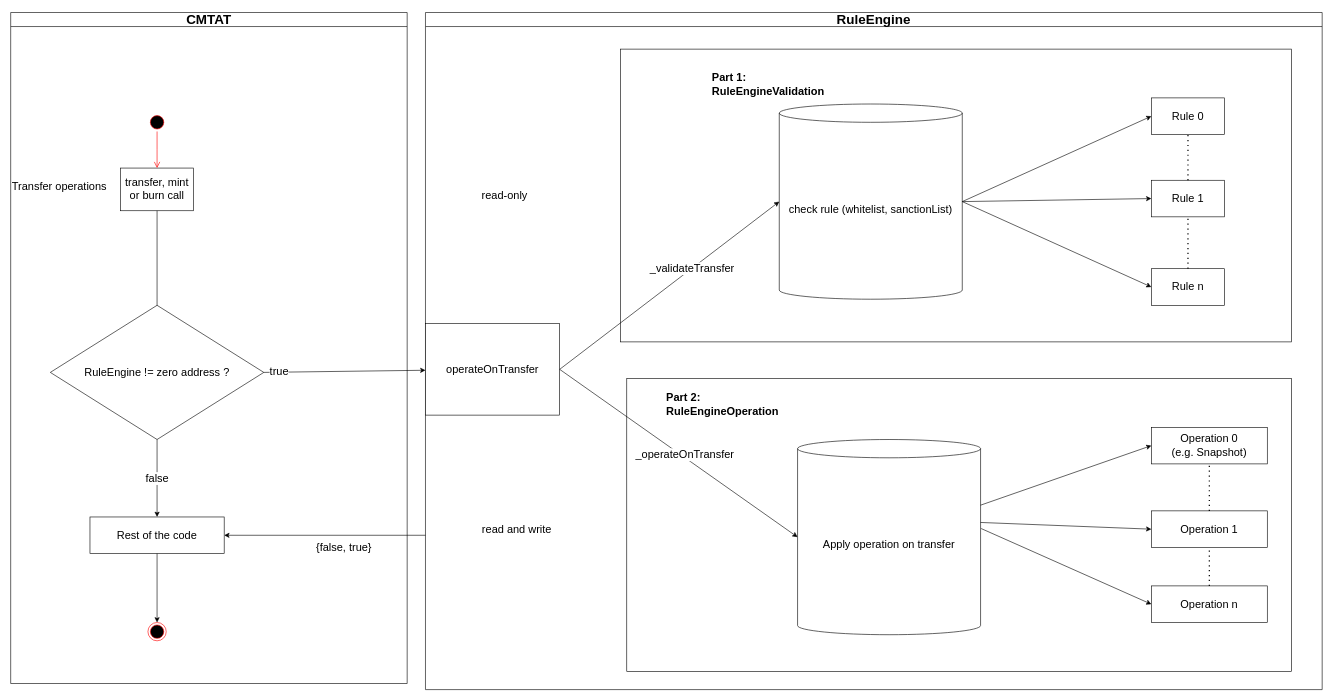
Earlier version of the draw.io diagram page "RuleEngine" (2 of 3) of doc/schema/drawio/Engine.drawio (CMTA/CMTAT). Source tidied: cells renumbered, new cells numbered last; positions are measured from the earlier drawing's top-left corner, leaving out a move shared by most shapes. Both pictures are drawn from the tidied source at 61%, with x=0, y=0 at pixel (10, 12).
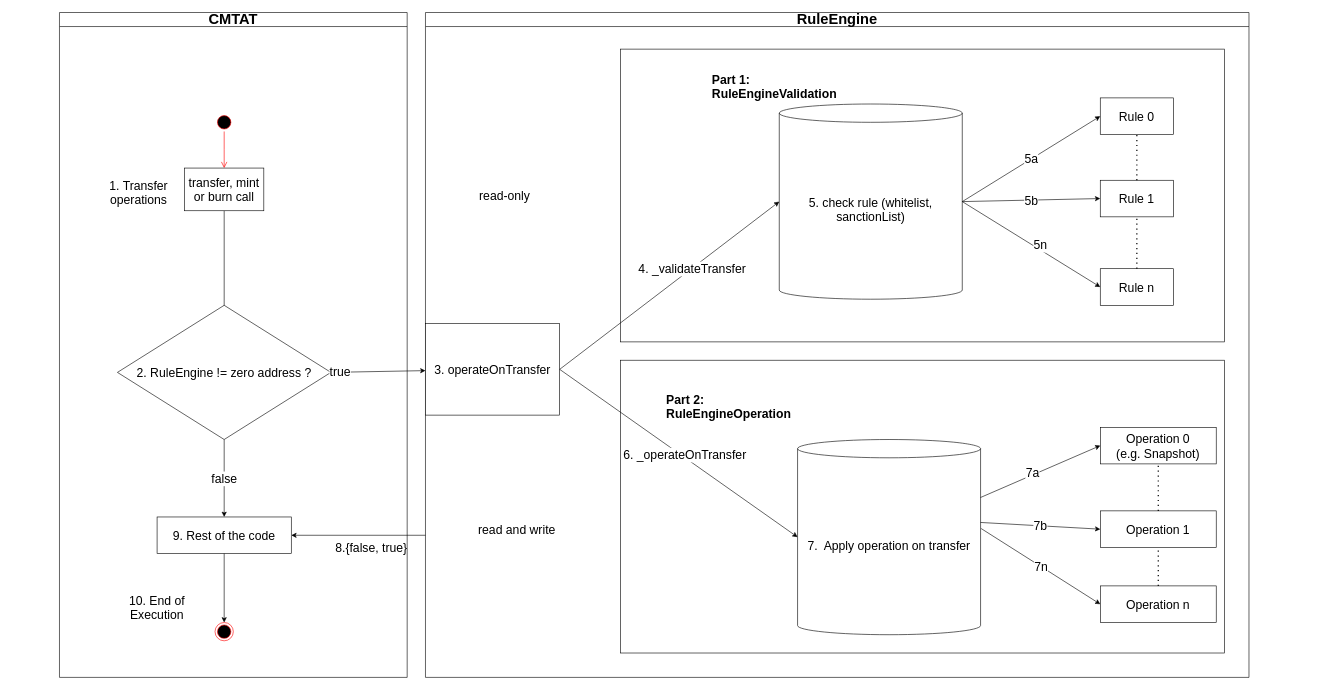
After the change.

Diff of the diagram source:
```diff
@@
-    <mxCell id="2" value="transfer, mint or burn call" style="rounded=0;whiteSpace=wrap;html=1;fontSize=18;" parent="1" vertex="1">
-      <mxGeometry x="180" y="255" width="120" height="70" as="geometry" />
-    </mxCell>
-    <mxCell id="3" style="endArrow=classic;html=1;rounded=0;exitX=0.5;exitY=1;exitDx=0;exitDy=0;fontSize=18;" parent="1" edge="1" source="2">
+    <mxCell id="3" style="endArrow=classic;html=1;rounded=0;exitX=0.5;exitY=1;exitDx=0;exitDy=0;fontSize=20;" parent="1" edge="1" source="2">
       <mxGeometry relative="1" as="geometry">
-        <mxPoint x="240" y="530" as="targetPoint" />
+        <mxPoint x="350" y="530" as="targetPoint" />
       </mxGeometry>
     </mxCell>
-    <mxCell id="4" value="RuleEngine != zero address ?" style="rhombus;whiteSpace=wrap;html=1;fontSize=18;" parent="1" vertex="1">
-      <mxGeometry x="65" y="480" width="350" height="220" as="geometry" />
+    <mxCell id="4" value="2. RuleEngine != zero address ?" style="rhombus;whiteSpace=wrap;html=1;fontSize=20;" parent="1" vertex="1">
+      <mxGeometry x="175" y="480" width="350" height="220" as="geometry" />
     </mxCell>
-    <mxCell id="5" value="&lt;font style=&quot;font-size: 22px;&quot;&gt;RuleEngine&lt;/font&gt;" style="swimlane;whiteSpace=wrap;html=1;fontSize=18;" parent="1" vertex="1">
-      <mxGeometry x="680" width="1470" height="1110" as="geometry" />
+    <mxCell id="5" value="&lt;font style=&quot;font-size: 24px;&quot;&gt;RuleEngine&lt;/font&gt;" style="swimlane;whiteSpace=wrap;html=1;fontSize=20;" parent="1" vertex="1">
+      <mxGeometry x="680" width="1350" height="1090" as="geometry" />
     </mxCell>
+    <mxCell id="7" style="rounded=0;whiteSpace=wrap;html=1;fontSize=20;" parent="5" vertex="1">
+      <mxGeometry x="320" y="570" width="990" height="480" as="geometry" />
+    </mxCell>
-    <mxCell id="6" style="rounded=0;whiteSpace=wrap;html=1;fontSize=18;" parent="5" vertex="1">
-      <mxGeometry x="320" y="60" width="1100" height="480" as="geometry" />
+    <mxCell id="6" style="rounded=0;whiteSpace=wrap;html=1;fontSize=20;" parent="5" vertex="1">
+      <mxGeometry x="320" y="60" width="990" height="480" as="geometry" />
     </mxCell>
-    <mxCell id="7" style="rounded=0;whiteSpace=wrap;html=1;fontSize=18;" parent="5" vertex="1">
-      <mxGeometry x="330" y="600" width="1090" height="480" as="geometry" />
-    </mxCell>
-    <mxCell id="8" value="operateOnTransfer" style="rounded=0;whiteSpace=wrap;html=1;fontSize=18;" parent="5" vertex="1">
+    <mxCell id="8" value="3. operateOnTransfer" style="rounded=0;whiteSpace=wrap;html=1;fontSize=20;" parent="5" vertex="1">
       <mxGeometry y="510" width="220" height="150" as="geometry" />
     </mxCell>
-    <mxCell id="9" value="Operation 1" style="rounded=0;whiteSpace=wrap;html=1;fontSize=18;" parent="5" vertex="1">
-      <mxGeometry x="1190" y="817" width="190" height="60" as="geometry" />
+    <mxCell id="9" value="Operation 1" style="rounded=0;whiteSpace=wrap;html=1;fontSize=20;" parent="5" vertex="1">
+      <mxGeometry x="1106.3" y="817" width="190" height="60" as="geometry" />
     </mxCell>
-    <mxCell id="10" value="Operation 0&lt;br style=&quot;font-size: 18px;&quot;&gt;(e.g. Snapshot)" style="rounded=0;whiteSpace=wrap;html=1;fontSize=18;" parent="5" vertex="1">
-      <mxGeometry x="1190" y="680" width="190" height="60" as="geometry" />
+    <mxCell id="10" value="Operation 0&lt;br style=&quot;font-size: 20px;&quot;&gt;(e.g. Snapshot)" style="rounded=0;whiteSpace=wrap;html=1;fontSize=20;" parent="5" vertex="1">
+      <mxGeometry x="1106.3" y="680" width="190" height="60" as="geometry" />
     </mxCell>
-    <mxCell id="11" style="endArrow=none;dashed=1;html=1;dashPattern=1 3;strokeWidth=2;rounded=0;fontSize=18;exitX=0.5;exitY=0;exitDx=0;exitDy=0;entryX=0.5;entryY=1;entryDx=0;entryDy=0;" parent="5" edge="1" source="9" target="10">
+    <mxCell id="11" style="endArrow=none;dashed=1;html=1;dashPattern=1 3;strokeWidth=2;rounded=0;fontSize=20;exitX=0.5;exitY=0;exitDx=0;exitDy=0;entryX=0.5;entryY=1;entryDx=0;entryDy=0;" parent="5" edge="1" source="9" target="10">
       <mxGeometry relative="1" as="geometry" />
     </mxCell>
-    <mxCell id="12" value="&lt;h1 style=&quot;font-size: 18px;&quot;&gt;Part 2: RuleEngineOperation&lt;/h1&gt;" style="text;html=1;strokeColor=none;fillColor=none;spacing=5;spacingTop=-20;whiteSpace=wrap;overflow=hidden;rounded=0;fontSize=18;" parent="5" vertex="1">
+    <mxCell id="12" value="&lt;h1 style=&quot;font-size: 20px;&quot;&gt;Part 2: RuleEngineOperation&lt;/h1&gt;" style="text;html=1;strokeColor=none;fillColor=none;spacing=5;spacingTop=-20;whiteSpace=wrap;overflow=hidden;rounded=0;fontSize=20;" parent="5" vertex="1">
       <mxGeometry x="390" y="620" width="220" height="120" as="geometry" />
     </mxCell>
-    <mxCell id="13" value="Apply operation on transfer" style="shape=cylinder3;whiteSpace=wrap;html=1;boundedLbl=1;backgroundOutline=1;size=15;fontSize=18;" parent="5" vertex="1">
+    <mxCell id="13" value="7.&amp;nbsp; Apply operation on transfer" style="shape=cylinder3;whiteSpace=wrap;html=1;boundedLbl=1;backgroundOutline=1;size=15;fontSize=20;" parent="5" vertex="1">
       <mxGeometry x="610" y="700" width="300" height="320" as="geometry" />
     </mxCell>
-    <mxCell id="14" style="endArrow=classic;html=1;rounded=0;exitX=1;exitY=0.5;exitDx=0;exitDy=0;entryX=0;entryY=0.5;entryDx=0;entryDy=0;entryPerimeter=0;fontSize=18;" parent="5" edge="1" source="8" target="13">
+    <mxCell id="14" style="endArrow=classic;html=1;rounded=0;exitX=1;exitY=0.5;exitDx=0;exitDy=0;entryX=0;entryY=0.5;entryDx=0;entryDy=0;entryPerimeter=0;fontSize=20;" parent="5" edge="1" source="8" target="13">
       <mxGeometry relative="1" as="geometry" />
     </mxCell>
-    <mxCell id="15" value="_operateOnTransfer" style="edgeLabel;html=1;align=center;verticalAlign=middle;fontSize=18;" parent="14" vertex="1">
+    <mxCell id="15" value="6. _operateOnTransfer" style="edgeLabel;html=1;align=center;verticalAlign=middle;fontSize=20;" parent="14" vertex="1">
       <mxGeometry x="0.04" y="4" relative="1" as="geometry" />
     </mxCell>
-    <mxCell id="16" style="endArrow=classic;html=1;rounded=0;entryX=0;entryY=0.5;entryDx=0;entryDy=0;fontSize=18;" parent="5" edge="1" source="13" target="10">
+    <mxCell id="16" style="endArrow=classic;html=1;rounded=0;entryX=0;entryY=0.5;entryDx=0;entryDy=0;fontSize=20;" parent="5" edge="1" source="13" target="10">
       <mxGeometry relative="1" as="geometry" />
     </mxCell>
+    <mxCell id="46" value="7a" style="edgeLabel;html=1;align=center;verticalAlign=middle;fontSize=20;" parent="16" vertex="1">
+      <mxGeometry x="-0.13" y="5" relative="1" as="geometry">
+        <mxPoint x="1" as="offset" />
+      </mxGeometry>
+    </mxCell>
-    <mxCell id="17" style="endArrow=classic;html=1;rounded=0;entryX=0;entryY=0.5;entryDx=0;entryDy=0;exitX=1;exitY=0.425;exitDx=0;exitDy=0;exitPerimeter=0;fontSize=18;" parent="5" edge="1" source="13" target="9">
+    <mxCell id="17" value="7b" style="endArrow=classic;html=1;rounded=0;entryX=0;entryY=0.5;entryDx=0;entryDy=0;exitX=1;exitY=0.425;exitDx=0;exitDy=0;exitPerimeter=0;fontSize=20;" parent="5" edge="1" source="13" target="9">
       <mxGeometry relative="1" as="geometry" />
     </mxCell>
-    <mxCell id="18" value="check rule (whitelist, sanctionList)" style="shape=cylinder3;whiteSpace=wrap;html=1;boundedLbl=1;backgroundOutline=1;size=15;fontSize=18;" parent="5" vertex="1">
+    <mxCell id="18" value="5. check rule (whitelist, sanctionList)" style="shape=cylinder3;whiteSpace=wrap;html=1;boundedLbl=1;backgroundOutline=1;size=15;fontSize=20;" parent="5" vertex="1">
       <mxGeometry x="580" y="150" width="300" height="320" as="geometry" />
     </mxCell>
-    <mxCell id="19" style="endArrow=classic;html=1;rounded=0;exitX=1;exitY=0.5;exitDx=0;exitDy=0;entryX=0;entryY=0.5;entryDx=0;entryDy=0;entryPerimeter=0;fontSize=18;" parent="5" edge="1" source="8" target="18">
+    <mxCell id="19" style="endArrow=classic;html=1;rounded=0;exitX=1;exitY=0.5;exitDx=0;exitDy=0;entryX=0;entryY=0.5;entryDx=0;entryDy=0;entryPerimeter=0;fontSize=20;" parent="5" edge="1" source="8" target="18">
       <mxGeometry relative="1" as="geometry" />
     </mxCell>
-    <mxCell id="20" value="_validateTransfer" style="edgeLabel;html=1;align=center;verticalAlign=middle;fontSize=18;" parent="19" vertex="1">
+    <mxCell id="20" value="4. _validateTransfer" style="edgeLabel;html=1;align=center;verticalAlign=middle;fontSize=20;" parent="19" vertex="1">
       <mxGeometry x="0.2" relative="1" as="geometry" />
     </mxCell>
-    <mxCell id="21" value="Rule 0" style="rounded=0;whiteSpace=wrap;html=1;fontSize=18;" parent="5" vertex="1">
-      <mxGeometry x="1190" y="140" width="120" height="60" as="geometry" />
+    <mxCell id="21" value="Rule 0" style="rounded=0;whiteSpace=wrap;html=1;fontSize=20;" parent="5" vertex="1">
+      <mxGeometry x="1106.2" y="140" width="120" height="60" as="geometry" />
     </mxCell>
-    <mxCell id="22" value="Rule 1" style="rounded=0;whiteSpace=wrap;html=1;fontSize=18;" parent="5" vertex="1">
-      <mxGeometry x="1190" y="275" width="120" height="60" as="geometry" />
+    <mxCell id="22" value="Rule 1" style="rounded=0;whiteSpace=wrap;html=1;fontSize=20;" parent="5" vertex="1">
+      <mxGeometry x="1106.2" y="275" width="120" height="60" as="geometry" />
     </mxCell>
-    <mxCell id="23" style="endArrow=none;dashed=1;html=1;dashPattern=1 3;strokeWidth=2;rounded=0;fontSize=18;entryX=0.5;entryY=1;entryDx=0;entryDy=0;" parent="5" edge="1" source="22" target="21">
+    <mxCell id="23" style="endArrow=none;dashed=1;html=1;dashPattern=1 3;strokeWidth=2;rounded=0;fontSize=20;entryX=0.5;entryY=1;entryDx=0;entryDy=0;" parent="5" edge="1" source="22" target="21">
       <mxGeometry relative="1" as="geometry" />
     </mxCell>
-    <mxCell id="24" value="Rule n" style="rounded=0;whiteSpace=wrap;html=1;fontSize=18;" parent="5" vertex="1">
-      <mxGeometry x="1190" y="420" width="120" height="60" as="geometry" />
+    <mxCell id="24" value="Rule n" style="rounded=0;whiteSpace=wrap;html=1;fontSize=20;" parent="5" vertex="1">
+      <mxGeometry x="1106.2" y="420" width="120" height="60" as="geometry" />
     </mxCell>
-    <mxCell id="25" style="endArrow=none;dashed=1;html=1;dashPattern=1 3;strokeWidth=2;rounded=0;fontSize=18;exitX=0.5;exitY=0;exitDx=0;exitDy=0;" parent="5" edge="1" source="24" target="22">
+    <mxCell id="25" style="endArrow=none;dashed=1;html=1;dashPattern=1 3;strokeWidth=2;rounded=0;fontSize=20;exitX=0.5;exitY=0;exitDx=0;exitDy=0;" parent="5" edge="1" source="24" target="22">
       <mxGeometry relative="1" as="geometry" />
     </mxCell>
-    <mxCell id="26" style="endArrow=classic;html=1;rounded=0;exitX=1;exitY=0.5;exitDx=0;exitDy=0;exitPerimeter=0;entryX=0;entryY=0.5;entryDx=0;entryDy=0;fontSize=18;" parent="5" edge="1" source="18" target="21">
+    <mxCell id="26" value="5a" style="endArrow=classic;html=1;rounded=0;exitX=1;exitY=0.5;exitDx=0;exitDy=0;exitPerimeter=0;entryX=0;entryY=0.5;entryDx=0;entryDy=0;fontSize=20;" parent="5" edge="1" source="18" target="21">
       <mxGeometry relative="1" as="geometry" />
     </mxCell>
-    <mxCell id="27" style="endArrow=classic;html=1;rounded=0;entryX=0;entryY=0.5;entryDx=0;entryDy=0;fontSize=18;exitX=1;exitY=0.5;exitDx=0;exitDy=0;exitPerimeter=0;" parent="5" edge="1" source="18" target="22">
+    <mxCell id="27" value="5b" style="endArrow=classic;html=1;rounded=0;entryX=0;entryY=0.5;entryDx=0;entryDy=0;fontSize=20;exitX=1;exitY=0.5;exitDx=0;exitDy=0;exitPerimeter=0;" parent="5" edge="1" source="18" target="22">
       <mxGeometry relative="1" as="geometry" />
     </mxCell>
-    <mxCell id="28" style="endArrow=classic;html=1;rounded=0;entryX=0;entryY=0.5;entryDx=0;entryDy=0;exitX=1;exitY=0.5;exitDx=0;exitDy=0;exitPerimeter=0;fontSize=18;" parent="5" edge="1" source="18" target="24">
+    <mxCell id="28" style="endArrow=classic;html=1;rounded=0;entryX=0;entryY=0.5;entryDx=0;entryDy=0;exitX=1;exitY=0.5;exitDx=0;exitDy=0;exitPerimeter=0;fontSize=20;" parent="5" edge="1" source="18" target="24">
       <mxGeometry relative="1" as="geometry" />
     </mxCell>
+    <mxCell id="47" value="&lt;font style=&quot;font-size: 20px;&quot;&gt;5n&lt;/font&gt;" style="edgeLabel;html=1;align=center;verticalAlign=middle;fontSize=20;" parent="28" vertex="1">
+      <mxGeometry x="0.1" y="7" relative="1" as="geometry" />
+    </mxCell>
-    <mxCell id="29" value="read and write" style="text;html=1;strokeColor=none;fillColor=none;align=center;verticalAlign=middle;whiteSpace=wrap;rounded=0;fontSize=18;" parent="5" vertex="1">
+    <mxCell id="29" value="read and write" style="text;html=1;strokeColor=none;fillColor=none;align=center;verticalAlign=middle;whiteSpace=wrap;rounded=0;fontSize=20;" parent="5" vertex="1">
       <mxGeometry x="60" y="832" width="180" height="30" as="geometry" />
     </mxCell>
-    <mxCell id="30" value="read-only" style="text;html=1;strokeColor=none;fillColor=none;align=center;verticalAlign=middle;whiteSpace=wrap;rounded=0;fontSize=18;" parent="5" vertex="1">
+    <mxCell id="30" value="read-only" style="text;html=1;strokeColor=none;fillColor=none;align=center;verticalAlign=middle;whiteSpace=wrap;rounded=0;fontSize=20;" parent="5" vertex="1">
       <mxGeometry x="40" y="285" width="180" height="30" as="geometry" />
     </mxCell>
-    <mxCell id="31" style="endArrow=classic;html=1;rounded=0;exitX=1;exitY=0.5;exitDx=0;exitDy=0;fontSize=18;" parent="1" edge="1" source="4" target="8">
+    <mxCell id="31" style="endArrow=classic;html=1;rounded=0;exitX=1;exitY=0.5;exitDx=0;exitDy=0;fontSize=20;" parent="1" edge="1" source="4" target="8">
       <mxGeometry relative="1" as="geometry" />
     </mxCell>
-    <mxCell id="32" value="true" style="edgeLabel;html=1;align=center;verticalAlign=middle;fontSize=18;" parent="31" vertex="1">
+    <mxCell id="32" value="true" style="edgeLabel;html=1;align=center;verticalAlign=middle;fontSize=20;" parent="31" vertex="1">
       <mxGeometry x="-0.81" y="1" relative="1" as="geometry" />
     </mxCell>
-    <mxCell id="33" value="Transfer operations" style="text;html=1;strokeColor=none;fillColor=none;align=center;verticalAlign=middle;whiteSpace=wrap;rounded=0;fontSize=18;" parent="1" vertex="1">
-      <mxGeometry y="270" width="160" height="30" as="geometry" />
-    </mxCell>
-    <mxCell id="34" style="ellipse;html=1;shape=startState;fillColor=#000000;strokeColor=#ff0000;fontSize=18;" parent="1" vertex="1">
-      <mxGeometry x="225" y="165" width="30" height="30" as="geometry" />
+    <mxCell id="34" style="ellipse;html=1;shape=startState;fillColor=#000000;strokeColor=#ff0000;fontSize=20;" parent="1" vertex="1">
+      <mxGeometry x="335" y="165" width="30" height="30" as="geometry" />
     </mxCell>
-    <mxCell id="35" style="edgeStyle=orthogonalEdgeStyle;html=1;verticalAlign=bottom;endArrow=open;endSize=8;strokeColor=#ff0000;rounded=0;fontSize=18;" parent="1" edge="1" source="34">
+    <mxCell id="35" style="edgeStyle=orthogonalEdgeStyle;html=1;verticalAlign=bottom;endArrow=open;endSize=8;strokeColor=#ff0000;rounded=0;fontSize=20;" parent="1" edge="1" source="34">
       <mxGeometry relative="1" as="geometry">
-        <mxPoint x="240" y="255" as="targetPoint" />
+        <mxPoint x="350" y="255" as="targetPoint" />
       </mxGeometry>
     </mxCell>
-    <mxCell id="36" value="{false, true}" style="endArrow=classic;html=1;rounded=0;fontSize=18;entryX=1;entryY=0.5;entryDx=0;entryDy=0;" parent="1" edge="1" target="42">
+    <mxCell id="36" value="8.{false, true}" style="endArrow=classic;html=1;rounded=0;fontSize=20;entryX=1;entryY=0.5;entryDx=0;entryDy=0;" parent="1" edge="1" target="42">
       <mxGeometry x="-0.19" y="20" relative="1" as="geometry">
         <mxPoint x="680" y="857" as="sourcePoint" />
       </mxGeometry>
     </mxCell>
-    <mxCell id="37" value="&lt;h1 style=&quot;font-size: 18px;&quot;&gt;Part 1: RuleEngineValidation&lt;/h1&gt;" style="text;html=1;strokeColor=none;fillColor=none;spacing=5;spacingTop=-20;whiteSpace=wrap;overflow=hidden;rounded=0;fontSize=18;" parent="1" vertex="1">
+    <mxCell id="37" value="&lt;h1 style=&quot;font-size: 20px;&quot;&gt;Part 1: RuleEngineValidation&lt;/h1&gt;" style="text;html=1;strokeColor=none;fillColor=none;spacing=5;spacingTop=-20;whiteSpace=wrap;overflow=hidden;rounded=0;fontSize=20;" parent="1" vertex="1">
       <mxGeometry x="1145.3" y="95" width="240" height="85" as="geometry" />
     </mxCell>
-    <mxCell id="38" value="Operation n" style="rounded=0;whiteSpace=wrap;html=1;fontSize=18;" parent="1" vertex="1">
-      <mxGeometry x="1870" y="940" width="190" height="60" as="geometry" />
+    <mxCell id="38" value="Operation n" style="rounded=0;whiteSpace=wrap;html=1;fontSize=20;" parent="1" vertex="1">
+      <mxGeometry x="1786.3" y="940" width="190" height="60" as="geometry" />
     </mxCell>
-    <mxCell id="39" style="endArrow=classic;html=1;rounded=0;entryX=0;entryY=0.5;entryDx=0;entryDy=0;exitX=1.003;exitY=0.456;exitDx=0;exitDy=0;exitPerimeter=0;fontSize=18;" parent="1" edge="1" source="13" target="38">
+    <mxCell id="39" value="7n" style="endArrow=classic;html=1;rounded=0;entryX=0;entryY=0.5;entryDx=0;entryDy=0;exitX=1.003;exitY=0.456;exitDx=0;exitDy=0;exitPerimeter=0;fontSize=20;" parent="1" edge="1" source="13" target="38">
       <mxGeometry relative="1" as="geometry" />
     </mxCell>
-    <mxCell id="40" value="false" style="endArrow=classic;html=1;rounded=0;fontSize=18;exitX=0.5;exitY=1;exitDx=0;exitDy=0;entryX=0.5;entryY=0;entryDx=0;entryDy=0;" parent="1" edge="1" source="4" target="42">
-      <mxGeometry relative="1" as="geometry" />
+    <mxCell id="40" value="false" style="endArrow=classic;html=1;rounded=0;fontSize=20;entryX=0.5;entryY=0;entryDx=0;entryDy=0;" parent="1" edge="1" target="42">
+      <mxGeometry relative="1" as="geometry">
+        <mxPoint x="350" y="700" as="sourcePoint" />
+      </mxGeometry>
     </mxCell>
-    <mxCell id="41" value="&lt;font style=&quot;font-size: 22px;&quot;&gt;CMTAT&lt;/font&gt;" style="swimlane;whiteSpace=wrap;html=1;fontSize=18;startSize=23;" parent="1" vertex="1">
-      <mxGeometry width="650" height="1100" as="geometry" />
+    <mxCell id="41" value="&lt;font style=&quot;font-size: 24px;&quot;&gt;CMTAT&lt;/font&gt;" style="swimlane;whiteSpace=wrap;html=1;fontSize=20;startSize=23;" parent="1" vertex="1">
+      <mxGeometry x="80" width="570" height="1090" as="geometry" />
     </mxCell>
-    <mxCell id="42" value="Rest of the code" style="rounded=0;whiteSpace=wrap;html=1;fontSize=18;" parent="41" vertex="1">
-      <mxGeometry x="130" y="827" width="220" height="60" as="geometry" />
+    <mxCell id="42" value="9. Rest of the code" style="rounded=0;whiteSpace=wrap;html=1;fontSize=20;" parent="41" vertex="1">
+      <mxGeometry x="160" y="827" width="220" height="60" as="geometry" />
     </mxCell>
-    <mxCell id="43" style="ellipse;html=1;shape=endState;fillColor=#000000;strokeColor=#ff0000;fontSize=18;" parent="41" vertex="1">
-      <mxGeometry x="225" y="1000" width="30" height="30" as="geometry" />
+    <mxCell id="43" style="ellipse;html=1;shape=endState;fillColor=#000000;strokeColor=#ff0000;fontSize=20;" parent="41" vertex="1">
+      <mxGeometry x="255" y="1000" width="30" height="30" as="geometry" />
     </mxCell>
-    <mxCell id="44" style="endArrow=classic;html=1;rounded=0;exitX=0.5;exitY=1;exitDx=0;exitDy=0;fontSize=18;" parent="41" edge="1" source="42" target="43">
+    <mxCell id="44" style="endArrow=classic;html=1;rounded=0;exitX=0.5;exitY=1;exitDx=0;exitDy=0;fontSize=20;" parent="41" edge="1" source="42" target="43">
       <mxGeometry relative="1" as="geometry" />
     </mxCell>
+    <mxCell id="48" value="10. End of Execution" style="text;html=1;strokeColor=none;fillColor=none;align=center;verticalAlign=middle;whiteSpace=wrap;rounded=0;fontSize=20;" parent="41" vertex="1">
+      <mxGeometry x="70" y="960" width="180" height="30" as="geometry" />
+    </mxCell>
+    <mxCell id="33" value="1. Transfer operations" style="text;html=1;strokeColor=none;fillColor=none;align=center;verticalAlign=middle;whiteSpace=wrap;rounded=0;fontSize=20;" parent="41" vertex="1">
+      <mxGeometry x="50" y="280" width="160" height="30" as="geometry" />
+    </mxCell>
+    <mxCell id="2" value="transfer, mint or burn call" style="rounded=0;whiteSpace=wrap;html=1;fontSize=20;" parent="41" vertex="1">
+      <mxGeometry x="205" y="255" width="130" height="70" as="geometry" />
+    </mxCell>
-    <mxCell id="45" style="endArrow=none;dashed=1;html=1;dashPattern=1 3;strokeWidth=2;rounded=0;fontSize=18;exitX=0.5;exitY=0;exitDx=0;exitDy=0;entryX=0.5;entryY=1;entryDx=0;entryDy=0;" parent="1" edge="1" source="38" target="9">
+    <mxCell id="45" style="endArrow=none;dashed=1;html=1;dashPattern=1 3;strokeWidth=2;rounded=0;fontSize=20;exitX=0.5;exitY=0;exitDx=0;exitDy=0;entryX=0.5;entryY=1;entryDx=0;entryDy=0;" parent="1" edge="1" source="38" target="9">
       <mxGeometry relative="1" as="geometry" />
     </mxCell>
```
